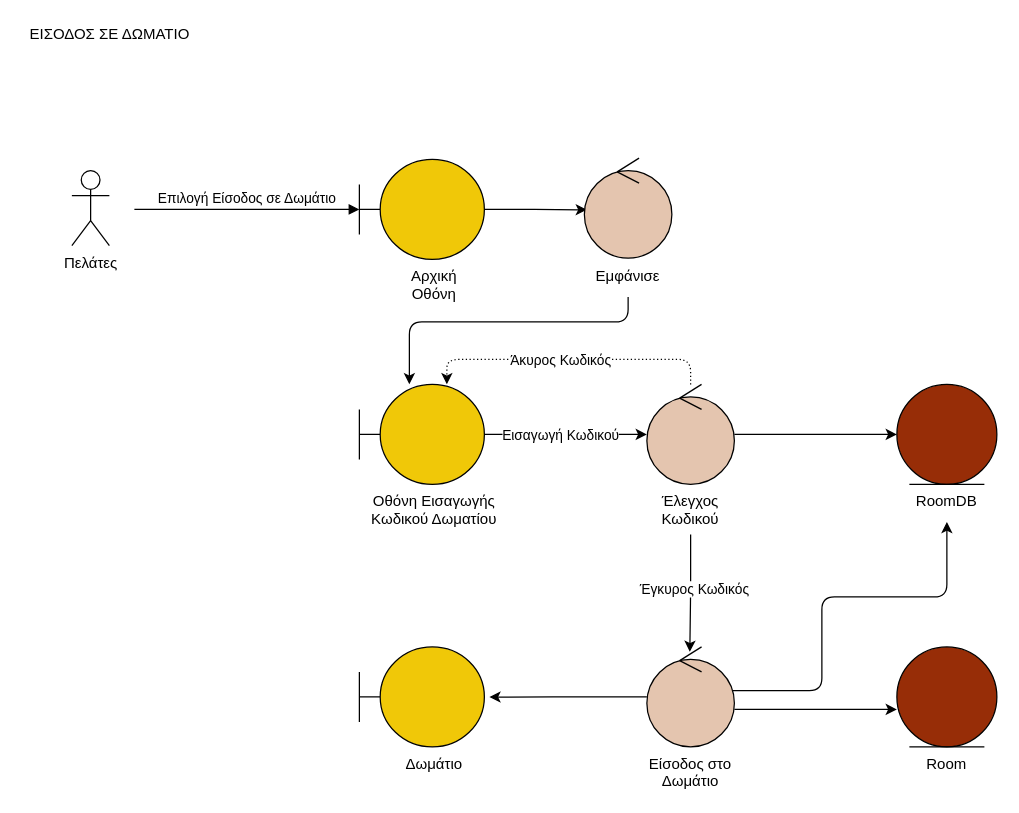
Earlier version of the draw.io diagram docs/contributions/iloudaros/Diagrams/Customer Robustness/robustness_join_room.drawio (iloudaros/nomnomr). Source tidied: cells renumbered, new cells numbered last; positions are measured from the earlier drawing's top-left corner, leaving out a move shared by most shapes. Both pictures are drawn from the tidied source at 125%, with x=0, y=0 at pixel (21, 21).
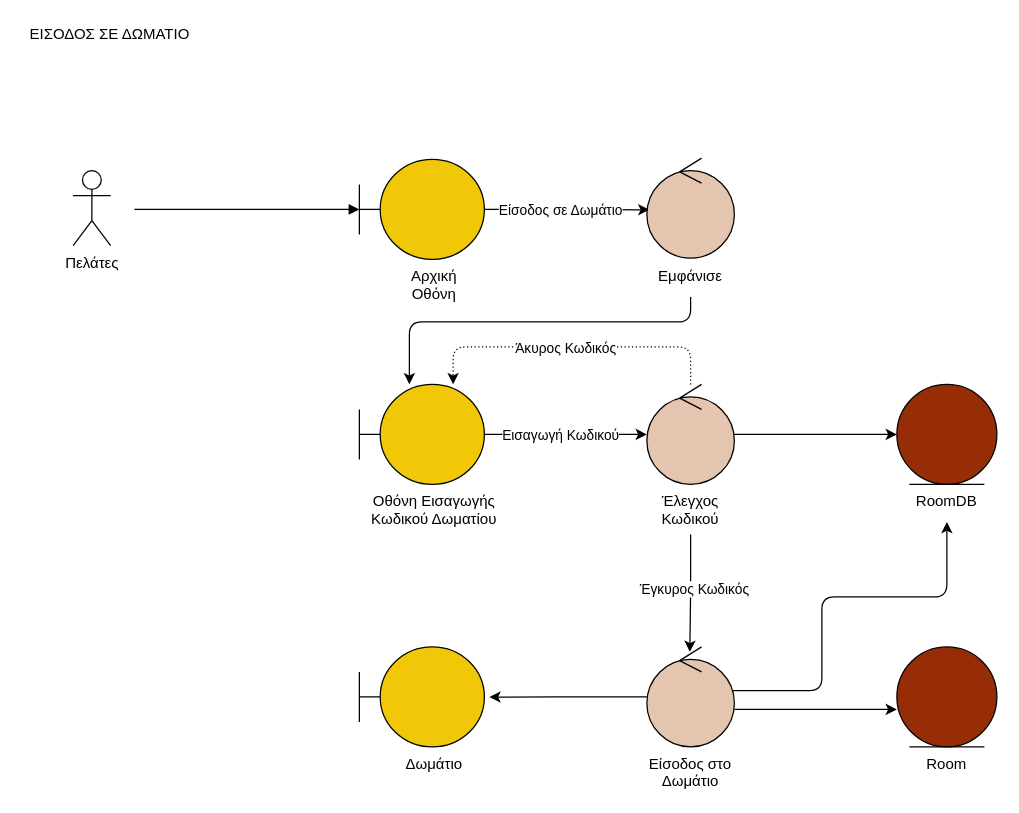
After the change.

Unchanged cells that the change refers to:
```xml
<mxCell id="6" style="shape=umlBoundary;whiteSpace=wrap;html=1;fillColor=#F0C808;" parent="1" vertex="1">
  <mxGeometry x="270" y="290" width="100" height="80" as="geometry" />
</mxCell>
<mxCell id="8" style="edgeStyle=orthogonalEdgeStyle;rounded=0;jettySize=auto;html=1;entryX=0.029;entryY=0.517;entryDx=0;entryDy=0;entryPerimeter=0;" parent="1" edge="1" source="9" target="11">
  <mxGeometry relative="1" as="geometry" />
</mxCell>
<mxCell id="9" style="shape=umlBoundary;whiteSpace=wrap;html=1;fillColor=#F0C808;" parent="1" vertex="1">
  <mxGeometry x="270" y="110" width="100" height="80" as="geometry" />
</mxCell>
<mxCell id="29" style="ellipse;shape=umlControl;whiteSpace=wrap;html=1;fillColor=#E4C5AF;" parent="28" vertex="1">
  <mxGeometry x="5" width="70" height="80" as="geometry" />
</mxCell>
```

The edit, as a diff of the source:
```diff
@@
     <mxCell id="2" value="Πελάτες" style="shape=umlActor;verticalLabelPosition=bottom;verticalAlign=top;html=1;" parent="1" vertex="1">
-      <mxGeometry x="40" y="119" width="30" height="60" as="geometry" />
+      <mxGeometry x="41" y="119" width="30" height="60" as="geometry" />
     </mxCell>
@@
-    <mxCell id="7" value="Επιλογή Είσοδος σε Δωμάτιο" style="html=1;verticalAlign=bottom;endArrow=block;rounded=0;" parent="1" edge="1" target="9">
+    <mxCell id="7" style="html=1;verticalAlign=bottom;endArrow=block;rounded=0;" parent="1" edge="1" target="9">
       <mxGeometry relative="1" as="geometry">
         <mxPoint x="90" y="150" as="sourcePoint" />
       </mxGeometry>
     </mxCell>
@@
+    <mxCell id="37" value="Είσοδος σε Δωμάτιο" style="edgeLabel;html=1;align=center;verticalAlign=middle;" parent="8" vertex="1">
+      <mxGeometry x="-0.13" relative="1" as="geometry">
+        <mxPoint x="2" as="offset" />
+      </mxGeometry>
+    </mxCell>
@@
     <mxCell id="10" style="edgeStyle=orthogonalEdgeStyle;rounded=1;jettySize=auto;html=1;exitX=0.5;exitY=1;exitDx=0;exitDy=0;" parent="1" edge="1" source="14" target="6">
       <mxGeometry relative="1" as="geometry">
         <Array as="points">
-          <mxPoint x="485" y="240" />
+          <mxPoint x="535" y="240" />
           <mxPoint x="310" y="240" />
         </Array>
       </mxGeometry>
     </mxCell>
     <mxCell id="11" style="ellipse;shape=umlControl;whiteSpace=wrap;html=1;fillColor=#E4C5AF;" parent="1" vertex="1">
-      <mxGeometry x="450" y="109" width="70" height="80" as="geometry" />
+      <mxGeometry x="500" y="109" width="70" height="80" as="geometry" />
     </mxCell>
@@
     <mxCell id="14" value="&lt;span style=&quot;font-family: helvetica; font-size: 12px; font-style: normal; font-weight: 400; letter-spacing: normal; text-indent: 0px; text-transform: none; word-spacing: 0px; display: inline; float: none;&quot;&gt;Εμφάνισε&lt;/span&gt;" style="text;whiteSpace=wrap;html=1;align=center;labelBackgroundColor=none;fontColor=default;" parent="1" vertex="1">
-      <mxGeometry x="445" y="190" width="80" height="30" as="geometry" />
+      <mxGeometry x="495" y="190" width="80" height="30" as="geometry" />
     </mxCell>
@@
-    <mxCell id="21" style="edgeStyle=orthogonalEdgeStyle;rounded=1;jettySize=auto;html=1;entryX=0.7;entryY=0;entryDx=0;entryDy=0;entryPerimeter=0;dashed=1;dashPattern=1 2;" parent="1" edge="1" source="29" target="6">
+    <mxCell id="21" style="edgeStyle=orthogonalEdgeStyle;rounded=1;jettySize=auto;html=1;dashed=1;dashPattern=1 2;" parent="1" edge="1" source="29">
       <mxGeometry relative="1" as="geometry">
+        <mxPoint x="345" y="290" as="targetPoint" />
         <Array as="points">
-          <mxPoint x="535" y="270" />
-          <mxPoint x="340" y="270" />
+          <mxPoint x="535" y="260" />
+          <mxPoint x="345" y="260" />
         </Array>
       </mxGeometry>
     </mxCell>
```
